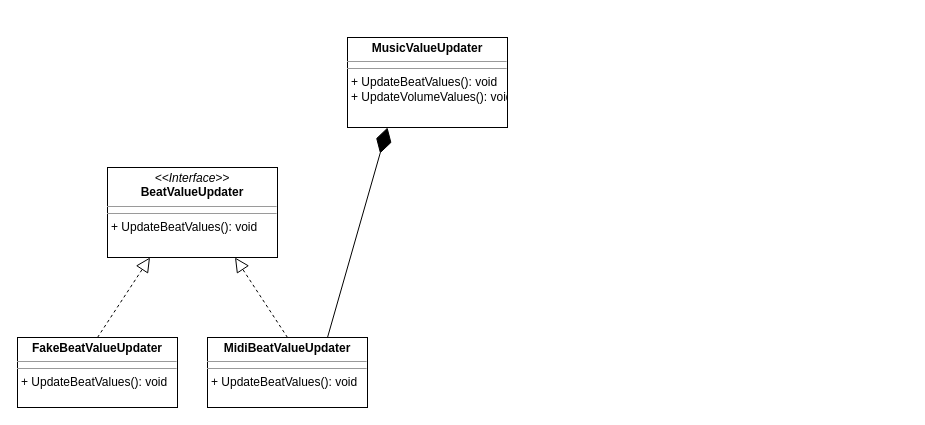
This is user_music_input_architecture.drawio from brogli/realtime-audioreactive-music-visualization, a draw.io file, before an edit. Source tidied: cells renumbered, new cells numbered last; positions are measured from the earlier drawing's top-left corner, leaving out a move shared by most shapes. Both pictures are drawn from the tidied source at 100%, with x=0, y=0 at pixel (17, 37).
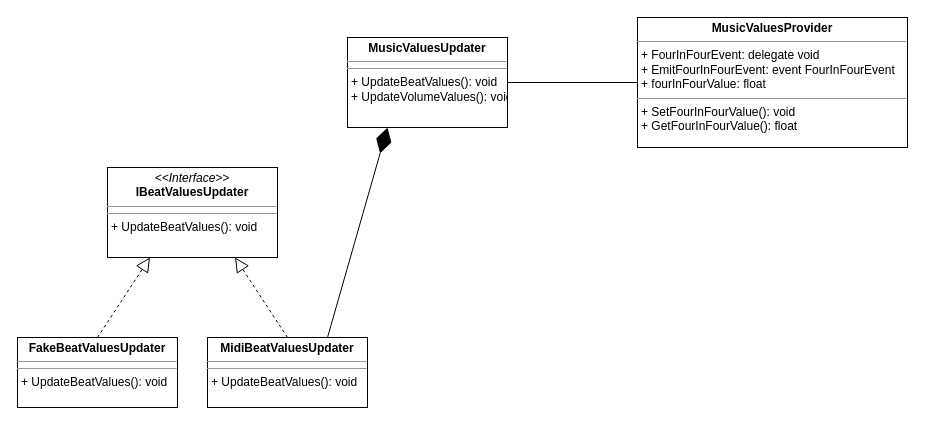
Above is the later version.

Commit message:
add more classes to uml

Diff of the diagram source:
```diff
@@
 <mxGraphModel>
   <root>
     <mxCell id="0" />
     <mxCell id="1" parent="0" />
-    <mxCell id="2" value="&lt;p style=&quot;margin: 0px ; margin-top: 4px ; text-align: center&quot;&gt;&lt;b&gt;MidiBeatValueUpdater&lt;/b&gt;&lt;br&gt;&lt;/p&gt;&lt;hr size=&quot;1&quot;&gt;&lt;hr size=&quot;1&quot;&gt;&lt;p style=&quot;margin: 0px ; margin-left: 4px&quot;&gt;+ UpdateBeatValues(): void&lt;br&gt;&lt;/p&gt;" style="verticalAlign=top;align=left;overflow=fill;fontSize=12;fontFamily=Helvetica;html=1;" parent="1" vertex="1">
+    <mxCell id="2" value="&lt;p style=&quot;margin: 0px ; margin-top: 4px ; text-align: center&quot;&gt;&lt;b&gt;MidiBeatValuesUpdater&lt;/b&gt;&lt;br&gt;&lt;/p&gt;&lt;hr size=&quot;1&quot;&gt;&lt;hr size=&quot;1&quot;&gt;&lt;p style=&quot;margin: 0px ; margin-left: 4px&quot;&gt;+ UpdateBeatValues(): void&lt;br&gt;&lt;/p&gt;" style="verticalAlign=top;align=left;overflow=fill;fontSize=12;fontFamily=Helvetica;html=1;" parent="1" vertex="1">
       <mxGeometry x="190" y="300" width="160" height="70" as="geometry" />
     </mxCell>
-    <mxCell id="3" value="&lt;p style=&quot;margin: 0px ; margin-top: 4px ; text-align: center&quot;&gt;&lt;i&gt;&amp;lt;&amp;lt;Interface&amp;gt;&amp;gt;&lt;/i&gt;&lt;br&gt;&lt;b&gt;BeatValueUpdater&lt;/b&gt;&lt;/p&gt;&lt;hr size=&quot;1&quot;&gt;&lt;hr size=&quot;1&quot;&gt;&lt;p style=&quot;margin: 0px ; margin-left: 4px&quot;&gt;+ UpdateBeatValues(): void&lt;/p&gt;" style="verticalAlign=top;align=left;overflow=fill;fontSize=12;fontFamily=Helvetica;html=1;" parent="1" vertex="1">
+    <mxCell id="3" value="&lt;p style=&quot;margin: 0px ; margin-top: 4px ; text-align: center&quot;&gt;&lt;i&gt;&amp;lt;&amp;lt;Interface&amp;gt;&amp;gt;&lt;/i&gt;&lt;br&gt;&lt;b&gt;IBeatValuesUpdater&lt;/b&gt;&lt;/p&gt;&lt;hr size=&quot;1&quot;&gt;&lt;hr size=&quot;1&quot;&gt;&lt;p style=&quot;margin: 0px ; margin-left: 4px&quot;&gt;+ UpdateBeatValues(): void&lt;/p&gt;" style="verticalAlign=top;align=left;overflow=fill;fontSize=12;fontFamily=Helvetica;html=1;" parent="1" vertex="1">
       <mxGeometry x="90" y="130" width="170" height="90" as="geometry" />
     </mxCell>
-    <mxCell id="4" value="&lt;p style=&quot;margin: 0px ; margin-top: 4px ; text-align: center&quot;&gt;&lt;b&gt;FakeBeatValueUpdater&lt;/b&gt;&lt;br&gt;&lt;/p&gt;&lt;hr size=&quot;1&quot;&gt;&lt;hr size=&quot;1&quot;&gt;&lt;p style=&quot;margin: 0px ; margin-left: 4px&quot;&gt;+ UpdateBeatValues(): void&lt;br&gt;&lt;/p&gt;" style="verticalAlign=top;align=left;overflow=fill;fontSize=12;fontFamily=Helvetica;html=1;" parent="1" vertex="1">
+    <mxCell id="4" value="&lt;p style=&quot;margin: 0px ; margin-top: 4px ; text-align: center&quot;&gt;&lt;b&gt;FakeBeatValuesUpdater&lt;/b&gt;&lt;br&gt;&lt;/p&gt;&lt;hr size=&quot;1&quot;&gt;&lt;hr size=&quot;1&quot;&gt;&lt;p style=&quot;margin: 0px ; margin-left: 4px&quot;&gt;+ UpdateBeatValues(): void&lt;br&gt;&lt;/p&gt;" style="verticalAlign=top;align=left;overflow=fill;fontSize=12;fontFamily=Helvetica;html=1;" parent="1" vertex="1">
       <mxGeometry y="300" width="160" height="70" as="geometry" />
     </mxCell>
     <mxCell id="5" style="endArrow=block;dashed=1;endFill=0;endSize=12;html=1;entryX=0.25;entryY=1;entryDx=0;entryDy=0;exitX=0.5;exitY=0;exitDx=0;exitDy=0;" parent="1" edge="1" source="4" target="3">
       <mxGeometry relative="1" as="geometry" />
     </mxCell>
     <mxCell id="6" style="endArrow=block;dashed=1;endFill=0;endSize=12;html=1;entryX=0.75;entryY=1;entryDx=0;entryDy=0;exitX=0.5;exitY=0;exitDx=0;exitDy=0;" parent="1" edge="1" source="2" target="3">
       <mxGeometry relative="1" as="geometry" />
     </mxCell>
-    <mxCell id="7" value="&lt;p style=&quot;margin: 0px ; margin-top: 4px ; text-align: center&quot;&gt;&lt;b&gt;MusicValueUpdater&lt;/b&gt;&lt;br&gt;&lt;/p&gt;&lt;hr size=&quot;1&quot;&gt;&lt;hr size=&quot;1&quot;&gt;&lt;p style=&quot;margin: 0px ; margin-left: 4px&quot;&gt;+ UpdateBeatValues(): void&lt;/p&gt;&lt;p style=&quot;margin: 0px ; margin-left: 4px&quot;&gt;+ UpdateVolumeValues(): void&lt;/p&gt;" style="verticalAlign=top;align=left;overflow=fill;fontSize=12;fontFamily=Helvetica;html=1;" parent="1" vertex="1">
+    <mxCell id="7" value="&lt;p style=&quot;margin: 0px ; margin-top: 4px ; text-align: center&quot;&gt;&lt;b&gt;MusicValuesUpdater&lt;/b&gt;&lt;br&gt;&lt;/p&gt;&lt;hr size=&quot;1&quot;&gt;&lt;hr size=&quot;1&quot;&gt;&lt;p style=&quot;margin: 0px ; margin-left: 4px&quot;&gt;+ UpdateBeatValues(): void&lt;/p&gt;&lt;p style=&quot;margin: 0px ; margin-left: 4px&quot;&gt;+ UpdateVolumeValues(): void&lt;/p&gt;" style="verticalAlign=top;align=left;overflow=fill;fontSize=12;fontFamily=Helvetica;html=1;" parent="1" vertex="1">
       <mxGeometry x="330" width="160" height="90" as="geometry" />
     </mxCell>
     <mxCell id="8" style="endArrow=diamondThin;endFill=1;endSize=24;html=1;exitX=0.75;exitY=0;exitDx=0;exitDy=0;entryX=0.25;entryY=1;entryDx=0;entryDy=0;" parent="1" edge="1" source="2" target="7">
       <mxGeometry relative="1" as="geometry" />
     </mxCell>
+    <mxCell id="9" value="&lt;p style=&quot;margin: 0px ; margin-top: 4px ; text-align: center&quot;&gt;&lt;b&gt;MusicValuesProvider&lt;/b&gt;&lt;/p&gt;&lt;hr size=&quot;1&quot;&gt;&lt;p style=&quot;margin: 0px ; margin-left: 4px&quot;&gt;+ FourInFourEvent: delegate void&lt;br&gt;&lt;/p&gt;&lt;p style=&quot;margin: 0px ; margin-left: 4px&quot;&gt;+ EmitFourInFourEvent: event FourInFourEvent&lt;br&gt;&lt;/p&gt;&lt;p style=&quot;margin: 0px ; margin-left: 4px&quot;&gt;+ fourInFourValue: float&lt;/p&gt;&lt;hr size=&quot;1&quot;&gt;&lt;p style=&quot;margin: 0px ; margin-left: 4px&quot;&gt;+ SetFourInFourValue(): void&lt;/p&gt;&lt;p style=&quot;margin: 0px ; margin-left: 4px&quot;&gt;+ GetFourInFourValue(): float&lt;/p&gt;" style="verticalAlign=top;align=left;overflow=fill;fontSize=12;fontFamily=Helvetica;html=1;" parent="1" vertex="1">
+      <mxGeometry x="620" y="-20" width="270" height="130" as="geometry" />
+    </mxCell>
+    <mxCell id="10" style="endArrow=none;html=1;edgeStyle=orthogonalEdgeStyle;entryX=0;entryY=0.5;entryDx=0;entryDy=0;exitX=1;exitY=0.5;exitDx=0;exitDy=0;" parent="1" edge="1" source="7" target="9">
+      <mxGeometry relative="1" as="geometry" />
+    </mxCell>
   </root>
 </mxGraphModel>
```
